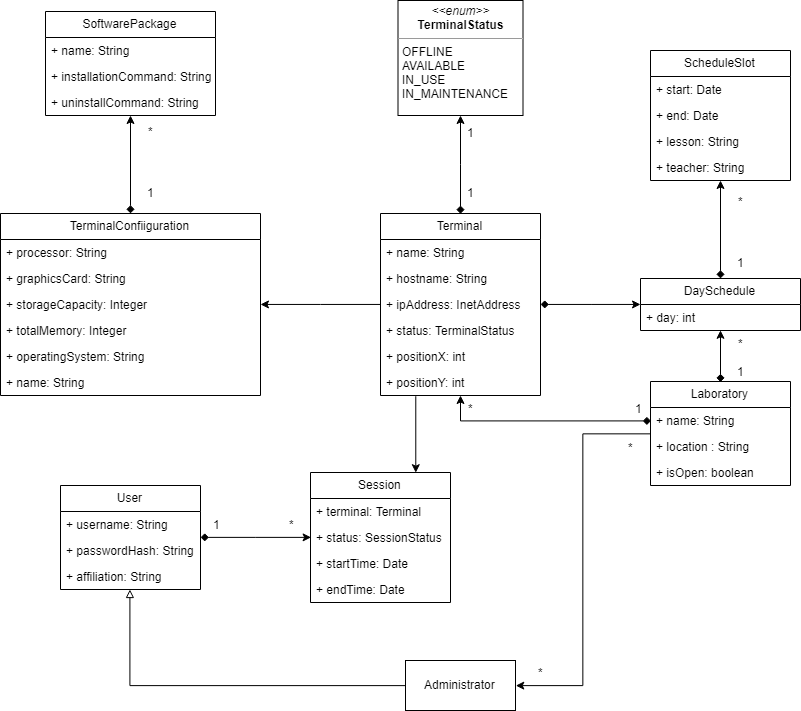
This is Deliverables/R2/domain.png from enderian/SoftwareEngineering, a draw.io export, as it was before one commit. Source tidied: cells renumbered, new cells last; positions are measured from the earlier drawing's top-left corner, leaving out a move shared by most shapes. Source of this version:
```xml
<mxGraphModel>
  <root>
    <mxCell id="0" />
    <mxCell id="1" parent="0" />
    <mxCell id="2" value="TerminalConfiiguration" style="swimlane;fontStyle=0;horizontal=1;startSize=26;fillColor=none;" parent="1" vertex="1">
      <mxGeometry y="213" width="260" height="182" as="geometry" />
    </mxCell>
    <mxCell id="3" value="+ processor: String" style="text;strokeColor=none;fillColor=none;align=left;verticalAlign=top;spacingLeft=4;spacingRight=4;overflow=hidden;" parent="2" vertex="1">
      <mxGeometry y="26" width="260" height="26" as="geometry" />
    </mxCell>
    <mxCell id="4" value="+ graphicsCard: String" style="text;strokeColor=none;fillColor=none;align=left;verticalAlign=top;spacingLeft=4;spacingRight=4;overflow=hidden;" parent="2" vertex="1">
      <mxGeometry y="52" width="260" height="26" as="geometry" />
    </mxCell>
    <mxCell id="5" value="+ storageCapacity: Integer" style="text;strokeColor=none;fillColor=none;align=left;verticalAlign=top;spacingLeft=4;spacingRight=4;overflow=hidden;points=[[0,0.5],[1,0.5]];portConstraint=eastwest;" parent="2" vertex="1">
      <mxGeometry y="78" width="260" height="26" as="geometry" />
    </mxCell>
    <mxCell id="6" value="+ totalMemory: Integer" style="text;strokeColor=none;fillColor=none;align=left;verticalAlign=top;spacingLeft=4;spacingRight=4;overflow=hidden;" parent="2" vertex="1">
      <mxGeometry y="104" width="260" height="26" as="geometry" />
    </mxCell>
    <mxCell id="7" value="+ operatingSystem: String" style="text;strokeColor=none;fillColor=none;align=left;verticalAlign=top;spacingLeft=4;spacingRight=4;overflow=hidden;" parent="2" vertex="1">
      <mxGeometry y="130" width="260" height="26" as="geometry" />
    </mxCell>
    <mxCell id="8" value="+ name: String" style="text;strokeColor=none;fillColor=none;align=left;verticalAlign=top;spacingLeft=4;spacingRight=4;overflow=hidden;" parent="2" vertex="1">
      <mxGeometry y="156" width="260" height="26" as="geometry" />
    </mxCell>
    <mxCell id="9" style="rounded=0;jettySize=auto;html=1;startArrow=diamond;startFill=1;" parent="1" edge="1" source="2" target="12">
      <mxGeometry relative="1" as="geometry" />
    </mxCell>
    <mxCell id="10" value="*" style="text;html=1;align=center;verticalAlign=middle;labelBackgroundColor=#ffffff;" parent="9" vertex="1">
      <mxGeometry x="0.29" y="-1" relative="1" as="geometry">
        <mxPoint x="19" y="-19" as="offset" />
      </mxGeometry>
    </mxCell>
    <mxCell id="11" value="1" style="text;html=1;align=center;verticalAlign=middle;labelBackgroundColor=#ffffff;" parent="9" vertex="1">
      <mxGeometry x="-0.73" y="-2" relative="1" as="geometry">
        <mxPoint x="18" y="-9" as="offset" />
      </mxGeometry>
    </mxCell>
    <mxCell id="12" value="SoftwarePackage" style="swimlane;fontStyle=0;horizontal=1;startSize=26;fillColor=none;" parent="1" vertex="1">
      <mxGeometry x="45" y="11" width="170" height="104" as="geometry" />
    </mxCell>
    <mxCell id="13" value="+ name: String" style="text;strokeColor=none;fillColor=none;align=left;verticalAlign=top;spacingLeft=4;spacingRight=4;overflow=hidden;" parent="12" vertex="1">
      <mxGeometry y="26" width="170" height="26" as="geometry" />
    </mxCell>
    <mxCell id="14" value="+ installationCommand: String" style="text;strokeColor=none;fillColor=none;align=left;verticalAlign=top;spacingLeft=4;spacingRight=4;overflow=hidden;" parent="12" vertex="1">
      <mxGeometry y="52" width="170" height="26" as="geometry" />
    </mxCell>
    <mxCell id="15" value="+ uninstallCommand: String" style="text;strokeColor=none;fillColor=none;align=left;verticalAlign=top;spacingLeft=4;spacingRight=4;overflow=hidden;" parent="12" vertex="1">
      <mxGeometry y="78" width="170" height="26" as="geometry" />
    </mxCell>
    <mxCell id="16" value="Terminal" style="swimlane;fontStyle=0;horizontal=1;startSize=26;fillColor=none;" parent="1" vertex="1">
      <mxGeometry x="380" y="213" width="160" height="182" as="geometry" />
    </mxCell>
    <mxCell id="17" value="+ name: String" style="text;strokeColor=none;fillColor=none;align=left;verticalAlign=top;spacingLeft=4;spacingRight=4;overflow=hidden;" parent="16" vertex="1">
      <mxGeometry y="26" width="160" height="26" as="geometry" />
    </mxCell>
    <mxCell id="18" value="+ hostname: String" style="text;strokeColor=none;fillColor=none;align=left;verticalAlign=top;spacingLeft=4;spacingRight=4;overflow=hidden;" parent="16" vertex="1">
      <mxGeometry y="52" width="160" height="26" as="geometry" />
    </mxCell>
    <mxCell id="19" value="+ ipAddress: InetAddress" style="text;strokeColor=none;fillColor=none;align=left;verticalAlign=top;spacingLeft=4;spacingRight=4;overflow=hidden;points=[[0,0.5],[1,0.5]];portConstraint=eastwest;" parent="16" vertex="1">
      <mxGeometry y="78" width="160" height="26" as="geometry" />
    </mxCell>
    <mxCell id="20" value="+ status: TerminalStatus" style="text;strokeColor=none;fillColor=none;align=left;verticalAlign=top;spacingLeft=4;spacingRight=4;overflow=hidden;" parent="16" vertex="1">
      <mxGeometry y="104" width="160" height="26" as="geometry" />
    </mxCell>
    <mxCell id="21" value="+ positionX: int" style="text;strokeColor=none;fillColor=none;align=left;verticalAlign=top;spacingLeft=4;spacingRight=4;overflow=hidden;" parent="16" vertex="1">
      <mxGeometry y="130" width="160" height="26" as="geometry" />
    </mxCell>
    <mxCell id="22" value="+ positionY: int" style="text;strokeColor=none;fillColor=none;align=left;verticalAlign=top;spacingLeft=4;spacingRight=4;overflow=hidden;points=[[0,0.5],[1,0.5]];portConstraint=eastwest;" parent="16" vertex="1">
      <mxGeometry y="156" width="160" height="26" as="geometry" />
    </mxCell>
    <mxCell id="23" style="edgeStyle=orthogonalEdgeStyle;rounded=0;jettySize=auto;html=1;entryX=1;entryY=0.5;entryDx=0;entryDy=0;startArrow=none;startFill=0;" parent="1" edge="1" source="19" target="5">
      <mxGeometry relative="1" as="geometry" />
    </mxCell>
    <mxCell id="24" style="edgeStyle=orthogonalEdgeStyle;rounded=0;jettySize=auto;html=1;startArrow=diamond;startFill=1;exitX=0.5;exitY=0;exitDx=0;exitDy=0;" parent="1" edge="1" source="16" target="27">
      <mxGeometry relative="1" as="geometry" />
    </mxCell>
    <mxCell id="25" value="1" style="text;html=1;align=center;verticalAlign=middle;labelBackgroundColor=#ffffff;" parent="24" vertex="1">
      <mxGeometry x="0.22" y="-3" relative="1" as="geometry">
        <mxPoint x="7" y="-22" as="offset" />
      </mxGeometry>
    </mxCell>
    <mxCell id="26" value="1" style="text;html=1;align=center;verticalAlign=middle;labelBackgroundColor=#ffffff;" parent="24" vertex="1">
      <mxGeometry x="-0.73" y="-2" relative="1" as="geometry">
        <mxPoint x="8" y="-9" as="offset" />
      </mxGeometry>
    </mxCell>
    <mxCell id="27" value="&lt;p style=&quot;margin: 0px ; margin-top: 4px ; text-align: center&quot;&gt;&lt;i&gt;&amp;lt;&amp;lt;enum&amp;gt;&amp;gt;&lt;/i&gt;&lt;br&gt;&lt;b&gt;TerminalStatus&lt;/b&gt;&lt;/p&gt;&lt;hr size=&quot;1&quot;&gt;&lt;p style=&quot;margin: 0px ; margin-left: 4px&quot;&gt;OFFLINE&lt;/p&gt;&lt;p style=&quot;margin: 0px ; margin-left: 4px&quot;&gt;AVAILABLE&lt;/p&gt;&lt;p style=&quot;margin: 0px ; margin-left: 4px&quot;&gt;IN_USE&lt;/p&gt;&lt;p style=&quot;margin: 0px ; margin-left: 4px&quot;&gt;IN_MAINTENANCE&lt;/p&gt;" style="verticalAlign=top;align=left;overflow=fill;fontSize=12;fontFamily=Helvetica;html=1;" parent="1" vertex="1">
      <mxGeometry x="397.5" width="125" height="115" as="geometry" />
    </mxCell>
    <mxCell id="28" value="DaySchedule" style="swimlane;fontStyle=0;horizontal=1;startSize=26;fillColor=none;" parent="1" vertex="1">
      <mxGeometry x="640" y="278" width="160" height="52" as="geometry" />
    </mxCell>
    <mxCell id="29" value="+ day: int" style="text;strokeColor=none;fillColor=none;align=left;verticalAlign=top;spacingLeft=4;spacingRight=4;overflow=hidden;points=[[0,0.5],[1,0.5]];portConstraint=eastwest;" parent="28" vertex="1">
      <mxGeometry y="26" width="160" height="26" as="geometry" />
    </mxCell>
    <mxCell id="30" style="edgeStyle=orthogonalEdgeStyle;rounded=0;jettySize=auto;html=1;entryX=0;entryY=0.5;entryDx=0;entryDy=0;startArrow=diamond;startFill=1;" parent="1" edge="1" source="19" target="28">
      <mxGeometry relative="1" as="geometry" />
    </mxCell>
    <mxCell id="31" style="edgeStyle=orthogonalEdgeStyle;rounded=0;jettySize=auto;html=1;startArrow=diamond;startFill=1;exitX=0.5;exitY=0;exitDx=0;exitDy=0;" parent="1" edge="1" source="28" target="34">
      <mxGeometry relative="1" as="geometry" />
    </mxCell>
    <mxCell id="32" value="*" style="text;html=1;align=center;verticalAlign=middle;labelBackgroundColor=#ffffff;" parent="31" vertex="1">
      <mxGeometry x="0.24" y="-1" relative="1" as="geometry">
        <mxPoint x="19" y="-16" as="offset" />
      </mxGeometry>
    </mxCell>
    <mxCell id="33" value="1" style="text;html=1;align=center;verticalAlign=middle;labelBackgroundColor=#ffffff;" parent="31" vertex="1">
      <mxGeometry x="-0.76" relative="1" as="geometry">
        <mxPoint x="20" y="-5" as="offset" />
      </mxGeometry>
    </mxCell>
    <mxCell id="34" value="ScheduleSlot" style="swimlane;fontStyle=0;horizontal=1;startSize=26;fillColor=none;" parent="1" vertex="1">
      <mxGeometry x="650" y="50" width="140" height="130" as="geometry" />
    </mxCell>
    <mxCell id="35" value="+ start: Date" style="text;strokeColor=none;fillColor=none;align=left;verticalAlign=top;spacingLeft=4;spacingRight=4;overflow=hidden;" parent="34" vertex="1">
      <mxGeometry y="26" width="140" height="26" as="geometry" />
    </mxCell>
    <mxCell id="36" value="+ end: Date" style="text;strokeColor=none;fillColor=none;align=left;verticalAlign=top;spacingLeft=4;spacingRight=4;overflow=hidden;" parent="34" vertex="1">
      <mxGeometry y="52" width="140" height="26" as="geometry" />
    </mxCell>
    <mxCell id="37" value="+ lesson: String" style="text;strokeColor=none;fillColor=none;align=left;verticalAlign=top;spacingLeft=4;spacingRight=4;overflow=hidden;" parent="34" vertex="1">
      <mxGeometry y="78" width="140" height="26" as="geometry" />
    </mxCell>
    <mxCell id="38" value="+ teacher: String" style="text;strokeColor=none;fillColor=none;align=left;verticalAlign=top;spacingLeft=4;spacingRight=4;overflow=hidden;" parent="34" vertex="1">
      <mxGeometry y="104" width="140" height="26" as="geometry" />
    </mxCell>
    <mxCell id="39" style="edgeStyle=orthogonalEdgeStyle;rounded=0;jettySize=auto;html=1;exitX=0.5;exitY=0;exitDx=0;exitDy=0;entryX=0.502;entryY=1;entryDx=0;entryDy=0;entryPerimeter=0;startArrow=diamond;startFill=1;" parent="1" edge="1" source="45" target="29">
      <mxGeometry relative="1" as="geometry" />
    </mxCell>
    <mxCell id="40" value="*" style="text;html=1;align=center;verticalAlign=middle;labelBackgroundColor=#ffffff;" parent="39" vertex="1">
      <mxGeometry x="0.73" relative="1" as="geometry">
        <mxPoint x="19.5" y="6" as="offset" />
      </mxGeometry>
    </mxCell>
    <mxCell id="41" value="1" style="text;html=1;align=center;verticalAlign=middle;labelBackgroundColor=#ffffff;" parent="39" vertex="1">
      <mxGeometry x="-0.73" y="-1" relative="1" as="geometry">
        <mxPoint x="18.5" y="-4.5" as="offset" />
      </mxGeometry>
    </mxCell>
    <mxCell id="42" style="edgeStyle=orthogonalEdgeStyle;rounded=0;jettySize=auto;html=1;entryX=1;entryY=0.5;entryDx=0;entryDy=0;startArrow=none;startFill=0;endArrow=classic;endFill=1;" parent="1" edge="1" source="45" target="66">
      <mxGeometry relative="1" as="geometry" />
    </mxCell>
    <mxCell id="43" value="*" style="text;html=1;align=center;verticalAlign=middle;labelBackgroundColor=#ffffff;" parent="42" vertex="1">
      <mxGeometry x="0.73" y="1" relative="1" as="geometry">
        <mxPoint x="-29" y="-15" as="offset" />
      </mxGeometry>
    </mxCell>
    <mxCell id="44" value="*" style="text;html=1;align=center;verticalAlign=middle;labelBackgroundColor=#ffffff;" parent="42" vertex="1">
      <mxGeometry x="-0.89" y="-1" relative="1" as="geometry">
        <mxPoint y="14" as="offset" />
      </mxGeometry>
    </mxCell>
    <mxCell id="45" value="Laboratory" style="swimlane;fontStyle=0;horizontal=1;startSize=26;fillColor=none;" parent="1" vertex="1">
      <mxGeometry x="650" y="381" width="140" height="104" as="geometry" />
    </mxCell>
    <mxCell id="46" value="+ name: String" style="text;strokeColor=none;fillColor=none;align=left;verticalAlign=top;spacingLeft=4;spacingRight=4;overflow=hidden;points=[[0,0.5],[1,0.5]];portConstraint=eastwest;" parent="45" vertex="1">
      <mxGeometry y="26" width="140" height="26" as="geometry" />
    </mxCell>
    <mxCell id="47" value="+ location : String" style="text;strokeColor=none;fillColor=none;align=left;verticalAlign=top;spacingLeft=4;spacingRight=4;overflow=hidden;" parent="45" vertex="1">
      <mxGeometry y="52" width="140" height="26" as="geometry" />
    </mxCell>
    <mxCell id="48" value="+ isOpen: boolean" style="text;strokeColor=none;fillColor=none;align=left;verticalAlign=top;spacingLeft=4;spacingRight=4;overflow=hidden;" parent="45" vertex="1">
      <mxGeometry y="78" width="140" height="26" as="geometry" />
    </mxCell>
    <mxCell id="49" style="edgeStyle=orthogonalEdgeStyle;rounded=0;jettySize=auto;html=1;startArrow=diamond;startFill=1;exitX=0;exitY=0.5;exitDx=0;exitDy=0;" parent="1" edge="1" source="46" target="16">
      <mxGeometry relative="1" as="geometry" />
    </mxCell>
    <mxCell id="50" value="1" style="text;html=1;align=center;verticalAlign=middle;labelBackgroundColor=#ffffff;" parent="49" vertex="1">
      <mxGeometry x="-0.77" y="-4" relative="1" as="geometry">
        <mxPoint x="12" y="-9" as="offset" />
      </mxGeometry>
    </mxCell>
    <mxCell id="51" value="*" style="text;html=1;align=center;verticalAlign=middle;labelBackgroundColor=#ffffff;" parent="49" vertex="1">
      <mxGeometry x="0.88" y="-4" relative="1" as="geometry">
        <mxPoint x="5.5" as="offset" />
      </mxGeometry>
    </mxCell>
    <mxCell id="52" value="Session" style="swimlane;fontStyle=0;horizontal=1;startSize=26;fillColor=none;" parent="1" vertex="1">
      <mxGeometry x="310" y="472" width="140" height="130" as="geometry" />
    </mxCell>
    <mxCell id="53" value="+ terminal: Terminal" style="text;strokeColor=none;fillColor=none;align=left;verticalAlign=top;spacingLeft=4;spacingRight=4;overflow=hidden;" parent="52" vertex="1">
      <mxGeometry y="26" width="140" height="26" as="geometry" />
    </mxCell>
    <mxCell id="54" value="+ status: SessionStatus" style="text;strokeColor=none;fillColor=none;align=left;verticalAlign=top;spacingLeft=4;spacingRight=4;overflow=hidden;points=[[0,0.5],[1,0.5]];portConstraint=eastwest;" parent="52" vertex="1">
      <mxGeometry y="52" width="140" height="26" as="geometry" />
    </mxCell>
    <mxCell id="55" value="+ startTime: Date" style="text;strokeColor=none;fillColor=none;align=left;verticalAlign=top;spacingLeft=4;spacingRight=4;overflow=hidden;" parent="52" vertex="1">
      <mxGeometry y="78" width="140" height="26" as="geometry" />
    </mxCell>
    <mxCell id="56" value="+ endTime: Date" style="text;strokeColor=none;fillColor=none;align=left;verticalAlign=top;spacingLeft=4;spacingRight=4;overflow=hidden;" parent="52" vertex="1">
      <mxGeometry y="104" width="140" height="26" as="geometry" />
    </mxCell>
    <mxCell id="57" style="edgeStyle=orthogonalEdgeStyle;rounded=0;jettySize=auto;html=1;entryX=0;entryY=0.5;entryDx=0;entryDy=0;startArrow=diamond;startFill=1;" parent="1" edge="1" source="61" target="54">
      <mxGeometry relative="1" as="geometry" />
    </mxCell>
    <mxCell id="58" value="1" style="text;html=1;align=center;verticalAlign=middle;labelBackgroundColor=#ffffff;" parent="57" vertex="1">
      <mxGeometry x="-0.22" relative="1" as="geometry">
        <mxPoint x="-27.5" y="-13" as="offset" />
      </mxGeometry>
    </mxCell>
    <mxCell id="59" value="*" style="text;html=1;align=center;verticalAlign=middle;labelBackgroundColor=#ffffff;" parent="57" vertex="1">
      <mxGeometry x="-0.22" relative="1" as="geometry">
        <mxPoint x="47.5" y="-13" as="offset" />
      </mxGeometry>
    </mxCell>
    <mxCell id="60" style="edgeStyle=orthogonalEdgeStyle;rounded=0;jettySize=auto;html=1;startArrow=none;startFill=0;endArrow=block;endFill=0;exitX=0;exitY=0.5;exitDx=0;exitDy=0;" parent="1" edge="1" source="66" target="61">
      <mxGeometry relative="1" as="geometry">
        <Array as="points">
          <mxPoint x="129" y="685" />
        </Array>
      </mxGeometry>
    </mxCell>
    <mxCell id="61" value="User" style="swimlane;fontStyle=0;horizontal=1;startSize=26;fillColor=none;" parent="1" vertex="1">
      <mxGeometry x="60" y="485" width="140" height="104" as="geometry" />
    </mxCell>
    <mxCell id="62" value="+ username: String" style="text;strokeColor=none;fillColor=none;align=left;verticalAlign=top;spacingLeft=4;spacingRight=4;overflow=hidden;" parent="61" vertex="1">
      <mxGeometry y="26" width="140" height="26" as="geometry" />
    </mxCell>
    <mxCell id="63" value="+ passwordHash: String" style="text;strokeColor=none;fillColor=none;align=left;verticalAlign=top;spacingLeft=4;spacingRight=4;overflow=hidden;" parent="61" vertex="1">
      <mxGeometry y="52" width="140" height="26" as="geometry" />
    </mxCell>
    <mxCell id="64" value="+ affiliation: String" style="text;strokeColor=none;fillColor=none;align=left;verticalAlign=top;spacingLeft=4;spacingRight=4;overflow=hidden;" parent="61" vertex="1">
      <mxGeometry y="78" width="140" height="26" as="geometry" />
    </mxCell>
    <mxCell id="65" style="edgeStyle=orthogonalEdgeStyle;rounded=0;jettySize=auto;html=1;exitX=0.222;exitY=1.034;exitDx=0;exitDy=0;entryX=0.75;entryY=0;entryDx=0;entryDy=0;startArrow=none;startFill=0;exitPerimeter=0;" parent="1" edge="1" source="22" target="52">
      <mxGeometry relative="1" as="geometry" />
    </mxCell>
    <mxCell id="66" value="Administrator" style="html=1;" parent="1" vertex="1">
      <mxGeometry x="405" y="660" width="110" height="50" as="geometry" />
    </mxCell>
  </root>
</mxGraphModel>
```
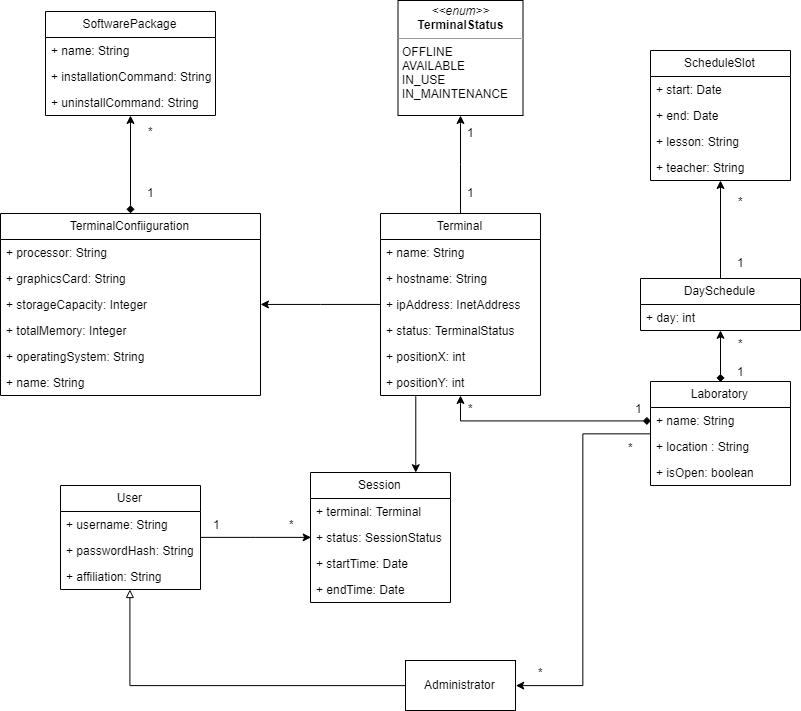
Later version of the same file.

Commit message:
Fixed domain model to resolve #5

What changed in the source:
```diff
@@ -72,7 +72,7 @@
     <mxCell id="23" style="edgeStyle=orthogonalEdgeStyle;rounded=0;jettySize=auto;html=1;entryX=1;entryY=0.5;entryDx=0;entryDy=0;startArrow=none;startFill=0;" parent="1" edge="1" source="19" target="5">
       <mxGeometry relative="1" as="geometry" />
     </mxCell>
-    <mxCell id="24" style="edgeStyle=orthogonalEdgeStyle;rounded=0;jettySize=auto;html=1;startArrow=diamond;startFill=1;exitX=0.5;exitY=0;exitDx=0;exitDy=0;" parent="1" edge="1" source="16" target="27">
+    <mxCell id="24" style="edgeStyle=orthogonalEdgeStyle;rounded=0;jettySize=auto;html=1;startArrow=none;startFill=0;exitX=0.5;exitY=0;exitDx=0;exitDy=0;" parent="1" edge="1" source="16" target="27">
       <mxGeometry relative="1" as="geometry" />
     </mxCell>
     <mxCell id="25" value="1" style="text;html=1;align=center;verticalAlign=middle;labelBackgroundColor=#ffffff;" parent="24" vertex="1">
@@ -94,10 +94,7 @@
     <mxCell id="29" value="+ day: int" style="text;strokeColor=none;fillColor=none;align=left;verticalAlign=top;spacingLeft=4;spacingRight=4;overflow=hidden;points=[[0,0.5],[1,0.5]];portConstraint=eastwest;" parent="28" vertex="1">
       <mxGeometry y="26" width="160" height="26" as="geometry" />
     </mxCell>
-    <mxCell id="30" style="edgeStyle=orthogonalEdgeStyle;rounded=0;jettySize=auto;html=1;entryX=0;entryY=0.5;entryDx=0;entryDy=0;startArrow=diamond;startFill=1;" parent="1" edge="1" source="19" target="28">
-      <mxGeometry relative="1" as="geometry" />
-    </mxCell>
-    <mxCell id="31" style="edgeStyle=orthogonalEdgeStyle;rounded=0;jettySize=auto;html=1;startArrow=diamond;startFill=1;exitX=0.5;exitY=0;exitDx=0;exitDy=0;" parent="1" edge="1" source="28" target="34">
+    <mxCell id="31" style="edgeStyle=orthogonalEdgeStyle;rounded=0;jettySize=auto;html=1;startArrow=none;startFill=0;exitX=0.5;exitY=0;exitDx=0;exitDy=0;" parent="1" edge="1" source="28" target="34">
       <mxGeometry relative="1" as="geometry" />
     </mxCell>
     <mxCell id="32" value="*" style="text;html=1;align=center;verticalAlign=middle;labelBackgroundColor=#ffffff;" parent="31" vertex="1">
@@ -191,7 +188,7 @@
     <mxCell id="56" value="+ endTime: Date" style="text;strokeColor=none;fillColor=none;align=left;verticalAlign=top;spacingLeft=4;spacingRight=4;overflow=hidden;" parent="52" vertex="1">
       <mxGeometry y="104" width="140" height="26" as="geometry" />
     </mxCell>
-    <mxCell id="57" style="edgeStyle=orthogonalEdgeStyle;rounded=0;jettySize=auto;html=1;entryX=0;entryY=0.5;entryDx=0;entryDy=0;startArrow=diamond;startFill=1;" parent="1" edge="1" source="61" target="54">
+    <mxCell id="57" style="edgeStyle=orthogonalEdgeStyle;rounded=0;jettySize=auto;html=1;entryX=0;entryY=0.5;entryDx=0;entryDy=0;startArrow=none;startFill=0;" parent="1" edge="1" source="61" target="54">
       <mxGeometry relative="1" as="geometry" />
     </mxCell>
     <mxCell id="58" value="1" style="text;html=1;align=center;verticalAlign=middle;labelBackgroundColor=#ffffff;" parent="57" vertex="1">
```
